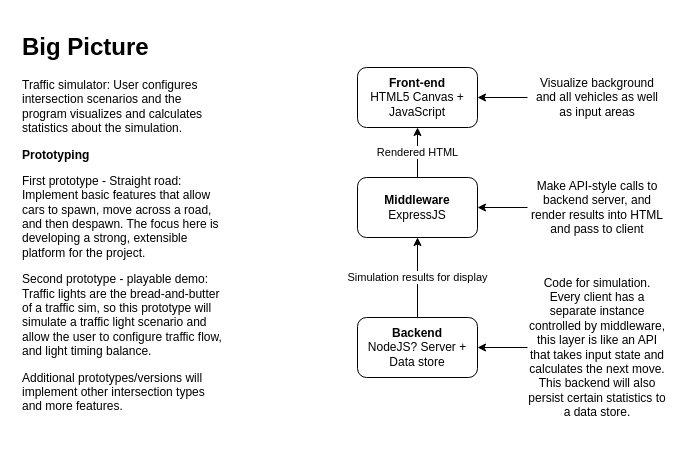
Before: planning/plan.drawio in Rock-it-science/traffic-simulator, a draw.io diagram. Source tidied: cells renumbered, new cells numbered last; positions are measured from the earlier drawing's top-left corner, leaving out a move shared by most shapes. Both pictures are drawn from the tidied source at 100%, with x=0, y=0 at pixel (17, 27).
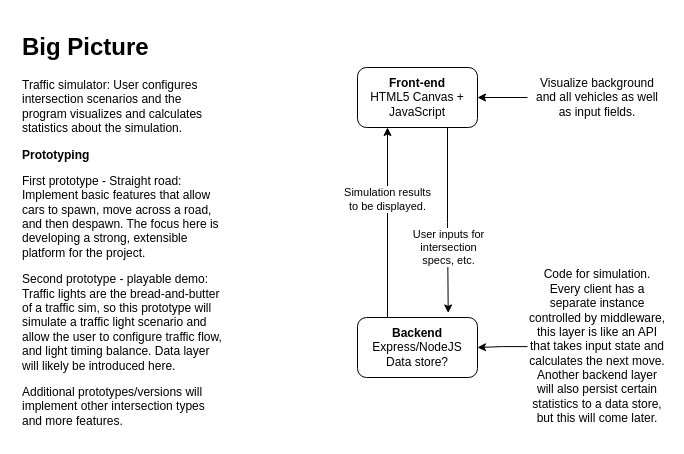
Above is the later version.

Change to the diagram source:
```diff
@@
 <mxGraphModel>
   <root>
     <mxCell id="0" />
     <mxCell id="1" parent="0" />
-    <mxCell id="2" value="&lt;h1&gt;Big Picture&lt;/h1&gt;&lt;p&gt;Traffic simulator: User configures intersection scenarios and the program visualizes and calculates statistics about the simulation.&lt;/p&gt;&lt;p&gt;&lt;b&gt;Prototyping&lt;/b&gt;&lt;/p&gt;&lt;p&gt;First prototype - Straight road: Implement basic features that allow cars to spawn, move across a road, and then despawn. The focus here is developing a strong, extensible platform for the project.&lt;/p&gt;&lt;p&gt;Second prototype - playable demo: Traffic lights are the bread-and-butter of a traffic sim, so this prototype will simulate a traffic light scenario and allow the user to configure traffic flow, and light timing balance.&lt;/p&gt;&lt;p&gt;Additional prototypes/versions will implement other intersection types and more features.&lt;/p&gt;" style="text;html=1;strokeColor=none;fillColor=none;spacing=5;spacingTop=-20;whiteSpace=wrap;overflow=hidden;rounded=0;" parent="1" vertex="1">
-      <mxGeometry width="210" height="390" as="geometry" />
+    <mxCell id="2" value="&lt;h1&gt;Big Picture&lt;/h1&gt;&lt;p&gt;Traffic simulator: User configures intersection scenarios and the program visualizes and calculates statistics about the simulation.&lt;/p&gt;&lt;p&gt;&lt;b&gt;Prototyping&lt;/b&gt;&lt;/p&gt;&lt;p&gt;First prototype - Straight road: Implement basic features that allow cars to spawn, move across a road, and then despawn. The focus here is developing a strong, extensible platform for the project.&lt;/p&gt;&lt;p&gt;Second prototype - playable demo: Traffic lights are the bread-and-butter of a traffic sim, so this prototype will simulate a traffic light scenario and allow the user to configure traffic flow, and light timing balance. Data layer will likely be introduced here.&lt;/p&gt;&lt;p&gt;Additional prototypes/versions will implement other intersection types and more features.&lt;/p&gt;" style="text;html=1;strokeColor=none;fillColor=none;spacing=5;spacingTop=-20;whiteSpace=wrap;overflow=hidden;rounded=0;" parent="1" vertex="1">
+      <mxGeometry width="210" height="410" as="geometry" />
     </mxCell>
+    <mxCell id="14" value="User inputs for&lt;br&gt;intersection&lt;br&gt;specs, etc." style="edgeStyle=orthogonalEdgeStyle;rounded=0;jettySize=auto;html=1;exitX=0.75;exitY=1;exitDx=0;exitDy=0;entryX=0.756;entryY=-0.076;entryDx=0;entryDy=0;entryPerimeter=0;" parent="1" edge="1" source="3" target="7">
+      <mxGeometry x="0.3" relative="1" as="geometry" />
+    </mxCell>
     <mxCell id="3" value="&lt;b&gt;Front-end&lt;/b&gt;&lt;br&gt;HTML5 Canvas + JavaScript" style="rounded=1;whiteSpace=wrap;html=1;" parent="1" vertex="1">
       <mxGeometry x="340" y="40" width="120" height="60" as="geometry" />
     </mxCell>
-    <mxCell id="4" value="Rendered HTML" style="edgeStyle=orthogonalEdgeStyle;rounded=0;jettySize=auto;html=1;" parent="1" edge="1" source="5" target="3">
-      <mxGeometry relative="1" as="geometry" />
-    </mxCell>
-    <mxCell id="5" value="&lt;b&gt;Middleware&lt;/b&gt;&lt;br&gt;ExpressJS" style="rounded=1;whiteSpace=wrap;html=1;" parent="1" vertex="1">
-      <mxGeometry x="340" y="150" width="120" height="60" as="geometry" />
-    </mxCell>
-    <mxCell id="6" value="Simulation results for display" style="edgeStyle=orthogonalEdgeStyle;rounded=0;jettySize=auto;html=1;entryX=0.5;entryY=1;entryDx=0;entryDy=0;" parent="1" edge="1" source="7" target="5">
-      <mxGeometry relative="1" as="geometry" />
+    <mxCell id="6" value="Simulation results&lt;br&gt;to be displayed." style="edgeStyle=orthogonalEdgeStyle;rounded=0;jettySize=auto;html=1;entryX=0.25;entryY=1;entryDx=0;entryDy=0;exitX=0.25;exitY=0;exitDx=0;exitDy=0;" parent="1" edge="1" source="7" target="3">
+      <mxGeometry x="0.24" relative="1" as="geometry" />
     </mxCell>
-    <mxCell id="7" value="&lt;b&gt;Backend&lt;/b&gt;&lt;br&gt;NodeJS? Server +&lt;br&gt;Data store" style="rounded=1;whiteSpace=wrap;html=1;" parent="1" vertex="1">
+    <mxCell id="7" value="&lt;b&gt;Backend&lt;/b&gt;&lt;br&gt;Express/NodeJS&lt;br&gt;Data store?" style="rounded=1;whiteSpace=wrap;html=1;" parent="1" vertex="1">
       <mxGeometry x="340" y="290" width="120" height="60" as="geometry" />
     </mxCell>
     <mxCell id="8" style="edgeStyle=orthogonalEdgeStyle;rounded=0;jettySize=auto;html=1;entryX=1;entryY=0.5;entryDx=0;entryDy=0;" parent="1" edge="1" source="9" target="3">
       <mxGeometry relative="1" as="geometry" />
     </mxCell>
-    <mxCell id="9" value="&lt;span style=&quot;&quot;&gt;Visualize background and&amp;nbsp;&lt;/span&gt;&lt;span style=&quot;&quot;&gt;all vehicles as well as input areas&lt;/span&gt;" style="text;html=1;strokeColor=none;fillColor=none;align=center;verticalAlign=middle;whiteSpace=wrap;rounded=0;" parent="1" vertex="1">
+    <mxCell id="9" value="&lt;span style=&quot;&quot;&gt;Visualize background and&amp;nbsp;&lt;/span&gt;&lt;span style=&quot;&quot;&gt;all vehicles as well as input fields.&lt;br&gt;&lt;/span&gt;" style="text;html=1;strokeColor=none;fillColor=none;align=center;verticalAlign=middle;whiteSpace=wrap;rounded=0;" parent="1" vertex="1">
       <mxGeometry x="510" y="47.5" width="140" height="45" as="geometry" />
     </mxCell>
-    <mxCell id="10" style="edgeStyle=orthogonalEdgeStyle;rounded=0;jettySize=auto;html=1;entryX=1;entryY=0.5;entryDx=0;entryDy=0;" parent="1" edge="1" source="11" target="5">
-      <mxGeometry relative="1" as="geometry" />
-    </mxCell>
-    <mxCell id="11" value="Make API-style calls to backend server, and render results into HTML and pass to client" style="text;html=1;strokeColor=none;fillColor=none;align=center;verticalAlign=middle;whiteSpace=wrap;rounded=0;" parent="1" vertex="1">
-      <mxGeometry x="510" y="157.5" width="140" height="45" as="geometry" />
-    </mxCell>
     <mxCell id="12" style="edgeStyle=orthogonalEdgeStyle;rounded=0;jettySize=auto;html=1;entryX=1;entryY=0.5;entryDx=0;entryDy=0;" parent="1" edge="1" source="13" target="7">
       <mxGeometry relative="1" as="geometry" />
     </mxCell>
-    <mxCell id="13" value="Code for simulation. Every client has a separate instance controlled by middleware, this layer is like an API that takes input state and calculates the next move. This backend will also persist certain statistics to a data store." style="text;html=1;strokeColor=none;fillColor=none;align=center;verticalAlign=middle;whiteSpace=wrap;rounded=0;" parent="1" vertex="1">
-      <mxGeometry x="510" y="261.9" width="140" height="116.2" as="geometry" />
+    <mxCell id="13" value="Code for simulation. Every client has a separate instance controlled by middleware, this layer is like an API that takes input state and calculates the next move. Another backend layer will also persist certain statistics to a data store, but this will come later." style="text;html=1;strokeColor=none;fillColor=none;align=center;verticalAlign=middle;whiteSpace=wrap;rounded=0;" parent="1" vertex="1">
+      <mxGeometry x="510" y="260" width="140" height="118.1" as="geometry" />
     </mxCell>
   </root>
 </mxGraphModel>
```
